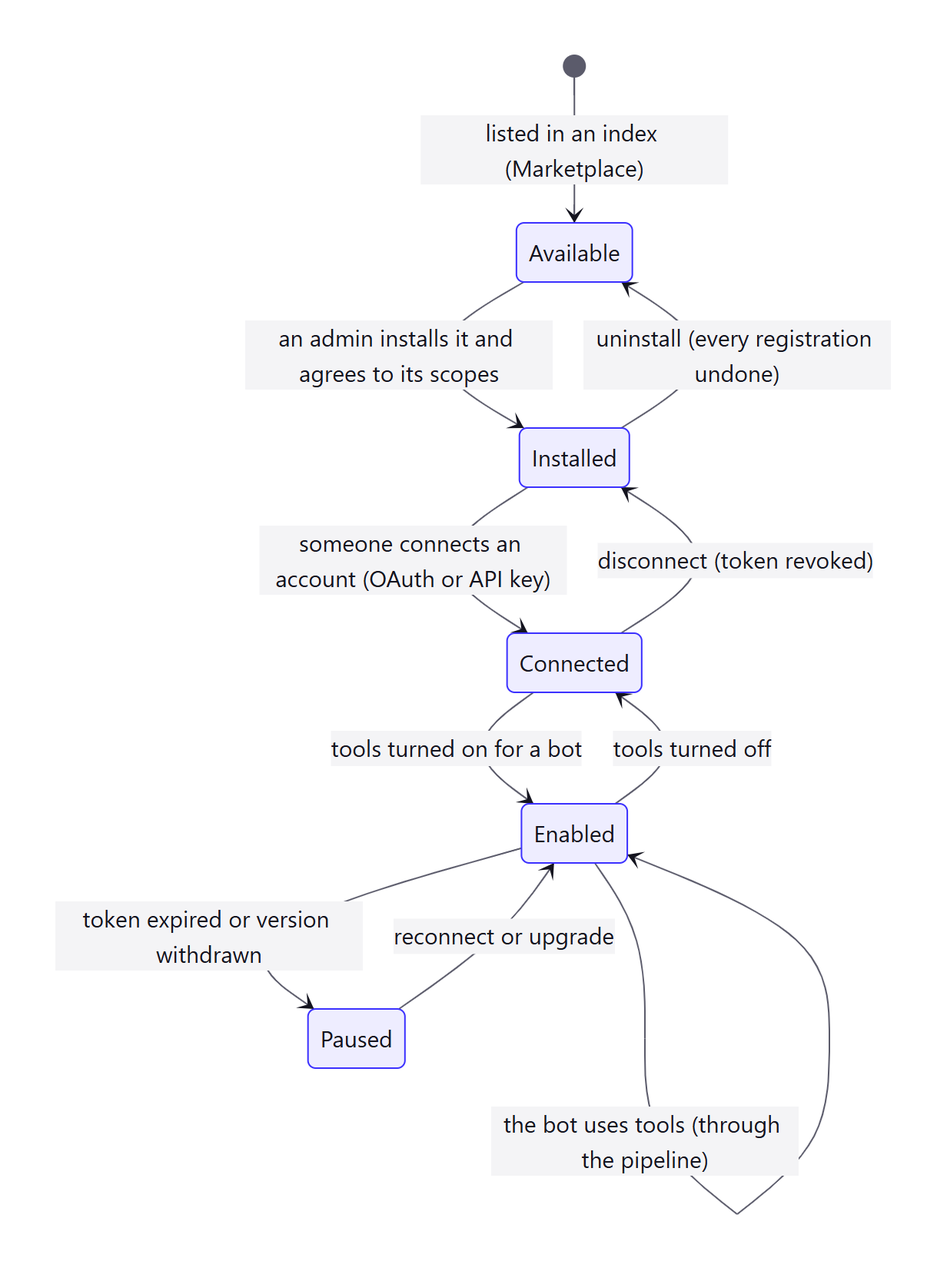
Before: docs/architecture/diagrams/png/10-plugin-lifecycle.png, a diagram exported from Mermaid (alihassan-coder/botdesk). Its source is kept beside it as docs/architecture/diagrams/10-plugin-lifecycle.mmd.
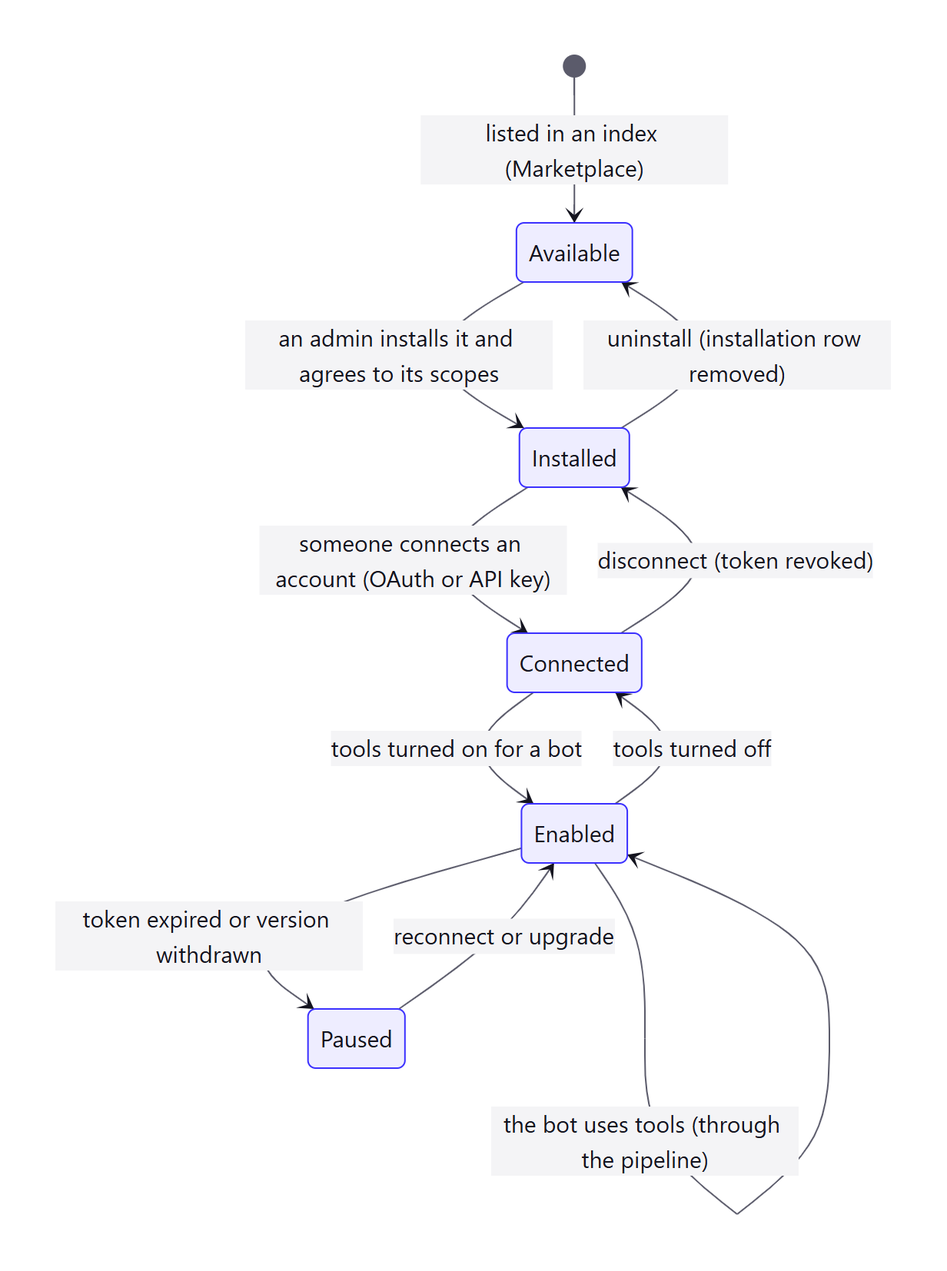
The same file after the commit.

The edit, as a diff of the source:
```diff
@@ -6,6 +6,6 @@
   Enabled --> Enabled: the bot uses tools (through the pipeline)
   Enabled --> Connected: tools turned off
   Connected --> Installed: disconnect (token revoked)
-  Installed --> Available: uninstall (every registration undone)
+  Installed --> Available: uninstall (installation row removed)
   Enabled --> Paused: token expired or version withdrawn
   Paused --> Enabled: reconnect or upgrade
```
